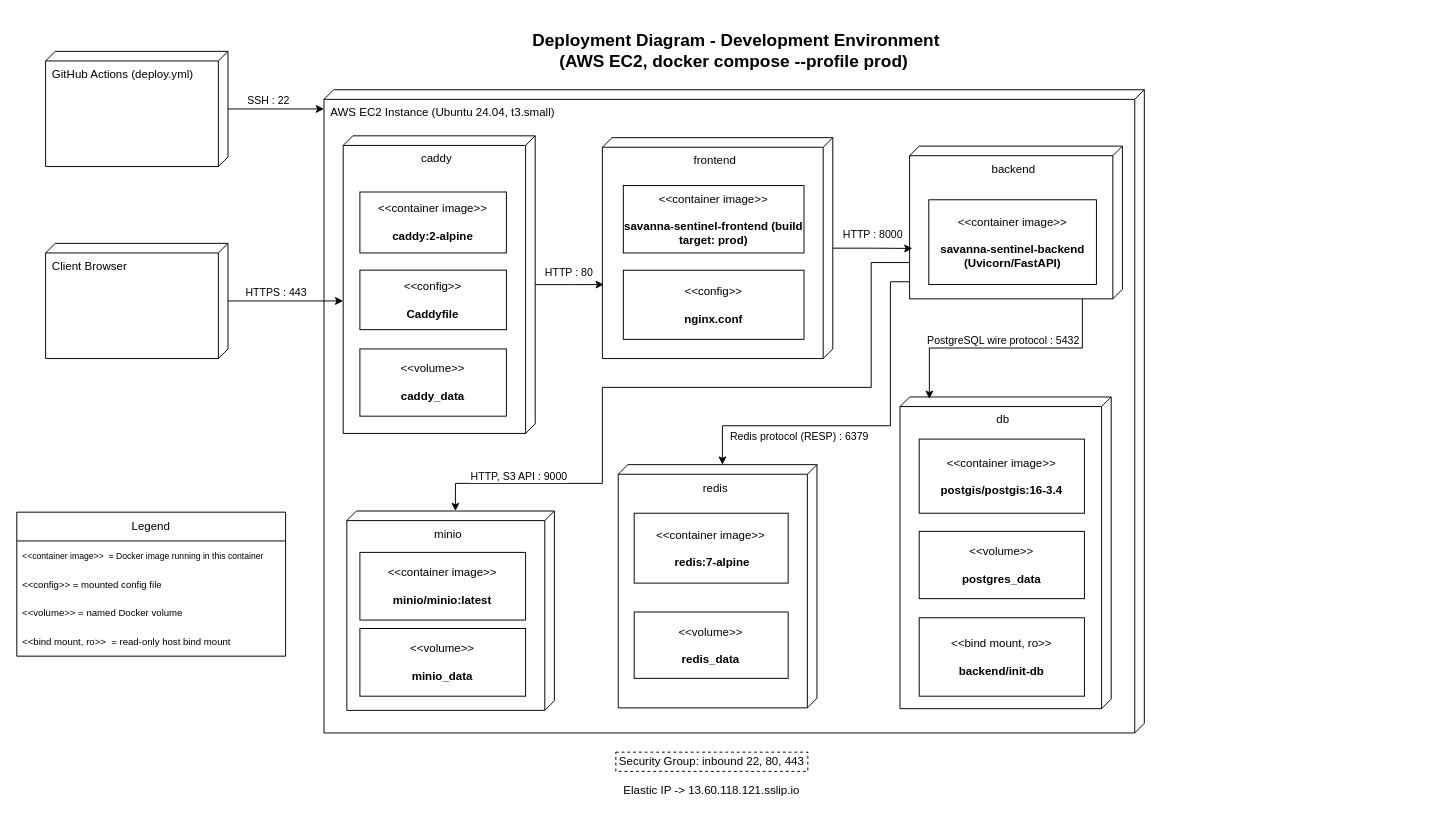
Earlier version of the draw.io diagram page "Production" (1 of 2) of docs/demo2/deployment/deployment_diagram.drawio (COS301-SE-2026/Savanna-Sentinel). Source tidied: cells renumbered, new cells numbered last; positions are measured from the earlier drawing's top-left corner, leaving out a move shared by most shapes. Both pictures are drawn from the tidied source at 96%, with x=0, y=0 at pixel (16, 22).
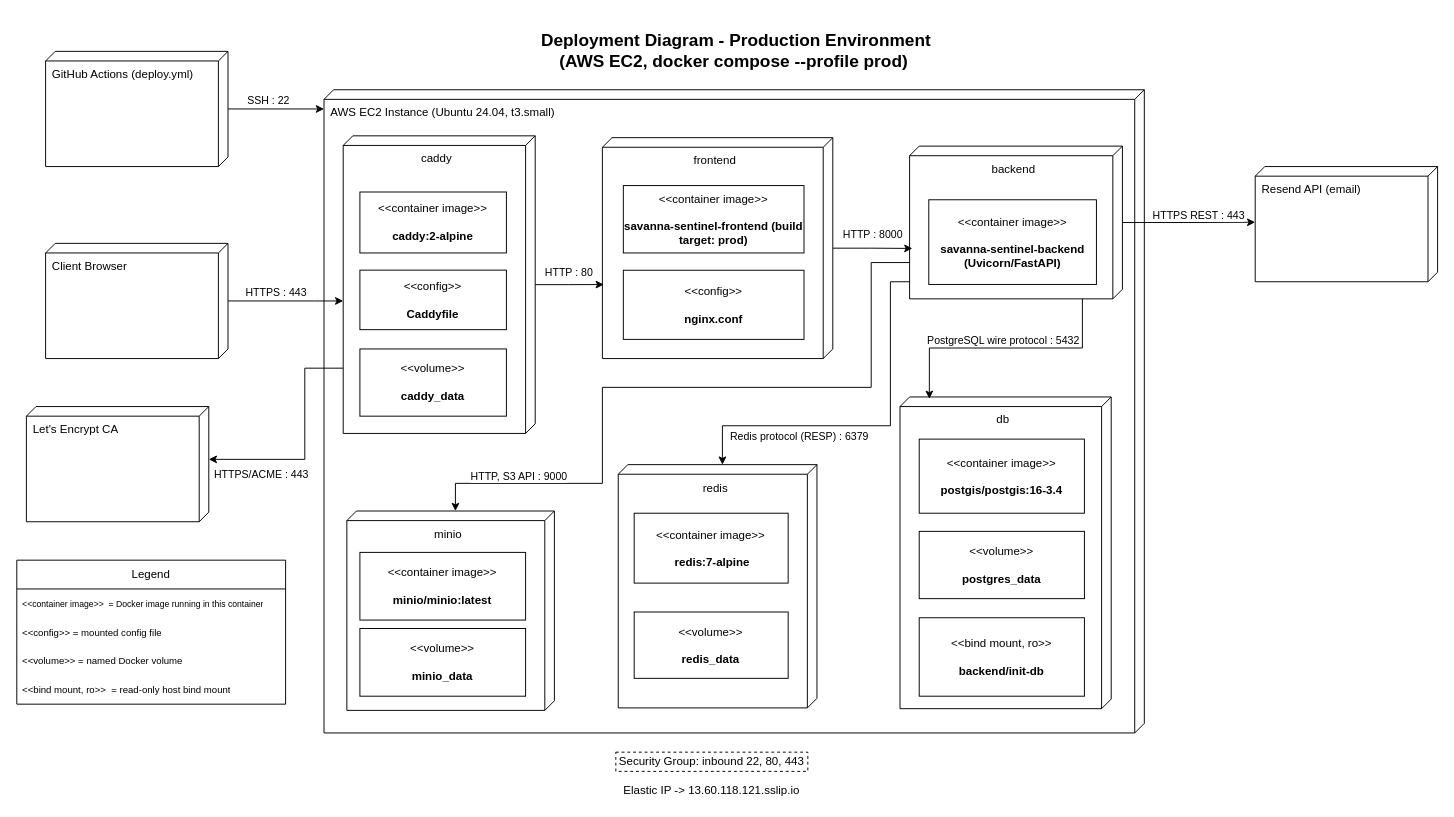
The same diagram, later.

Commit message (it also covers changes not shown here):
split deployment diagram into dev and prod

Unchanged cells that the change refers to:
```xml
<mxCell id="4" value="caddy" style="verticalAlign=top;align=center;shape=cube;size=10;direction=south;html=1;boundedLbl=1;spacingLeft=5;whiteSpace=wrap;" parent="3" vertex="1">
  <mxGeometry width="200" height="310" relative="1" as="geometry">
    <mxPoint x="20" y="48" as="offset" />
  </mxGeometry>
</mxCell>
<mxCell id="6" value="backend" style="verticalAlign=top;align=center;shape=cube;size=10;direction=south;html=1;boundedLbl=1;spacingLeft=5;whiteSpace=wrap;" parent="3" vertex="1">
  <mxGeometry x="610" y="58.7" width="221.7" height="159.1" as="geometry" />
</mxCell>
```

Diff of the diagram source:
```diff
@@
-    <mxCell id="2" value="&lt;h2&gt;&amp;nbsp;Deployment Diagram - Development Environment (AWS EC2, docker compose --profile prod)&lt;/h2&gt;" style="text;html=1;whiteSpace=wrap;strokeColor=none;fillColor=none;align=center;verticalAlign=middle;rounded=0;" parent="1" vertex="1">
+    <mxCell id="2" value="&lt;h2&gt;&amp;nbsp;Deployment Diagram - Production Environment (AWS EC2, docker compose --profile prod)&lt;/h2&gt;" style="text;html=1;whiteSpace=wrap;strokeColor=none;fillColor=none;align=center;verticalAlign=middle;rounded=0;" parent="1" vertex="1">
       <mxGeometry x="523.4" width="447.8" height="60" as="geometry" />
     </mxCell>
@@
     <mxCell id="41" value="Legend" style="swimlane;fontStyle=0;horizontal=1;startSize=30;whiteSpace=wrap;html=1;" parent="1" vertex="1">
-      <mxGeometry y="510" width="280" height="150" as="geometry" />
+      <mxGeometry y="560" width="280" height="150" as="geometry" />
     </mxCell>
@@
+    <mxCell id="46" value="&lt;div&gt;Let's Encrypt CA&lt;/div&gt;" style="verticalAlign=top;align=left;shape=cube;size=10;direction=south;fontStyle=0;html=1;boundedLbl=1;spacingLeft=5;whiteSpace=wrap;" parent="1" vertex="1">
+      <mxGeometry x="10" y="400" width="190" height="120" as="geometry" />
+    </mxCell>
+    <mxCell id="47" value="&lt;div&gt;Resend API (email)&lt;/div&gt;" style="verticalAlign=top;align=left;shape=cube;size=10;direction=south;fontStyle=0;html=1;boundedLbl=1;spacingLeft=5;whiteSpace=wrap;" parent="1" vertex="1">
+      <mxGeometry x="1290" y="150" width="190" height="120" as="geometry" />
+    </mxCell>
+    <mxCell id="48" style="edgeStyle=orthogonalEdgeStyle;rounded=0;jettySize=auto;html=1;entryX=0;entryY=0;entryDx=55;entryDy=0;entryPerimeter=0;" parent="1" edge="1" source="4" target="46">
+      <mxGeometry relative="1" as="geometry">
+        <Array as="points">
+          <mxPoint x="300" y="360" />
+          <mxPoint x="300" y="455" />
+        </Array>
+      </mxGeometry>
+    </mxCell>
+    <mxCell id="49" value="&amp;nbsp;HTTPS/ACME : 443" style="edgeLabel;html=1;align=center;verticalAlign=middle;" parent="48" vertex="1">
+      <mxGeometry x="0.71" y="5" relative="1" as="geometry">
+        <mxPoint x="18" y="10" as="offset" />
+      </mxGeometry>
+    </mxCell>
+    <mxCell id="50" style="edgeStyle=orthogonalEdgeStyle;rounded=0;jettySize=auto;html=1;" parent="1" edge="1" source="6">
+      <mxGeometry relative="1" as="geometry">
+        <mxPoint x="1290" y="208" as="targetPoint" />
+      </mxGeometry>
+    </mxCell>
+    <mxCell id="51" value="HTTPS REST : 443" style="edgeLabel;html=1;align=center;verticalAlign=middle;" parent="50" vertex="1">
+      <mxGeometry x="-0.15" y="2" relative="1" as="geometry">
+        <mxPoint x="20" y="-6" as="offset" />
+      </mxGeometry>
+    </mxCell>
```
